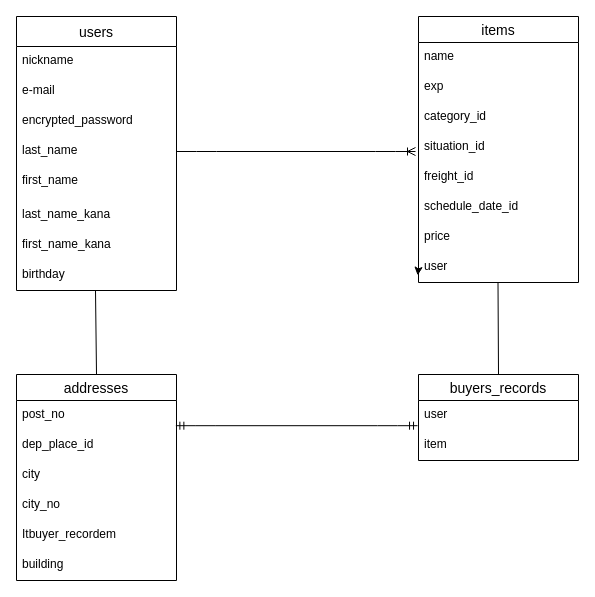
ohashiyukio/furima-41608 keeps this draw.io diagram as app/.dio. Above is the earlier version. Source tidied: cells renumbered, new cells numbered last; positions are measured from the earlier drawing's top-left corner, leaving out a move shared by most shapes. Both pictures are drawn from the tidied source at 100%, with x=0, y=0 at pixel (16, 16).
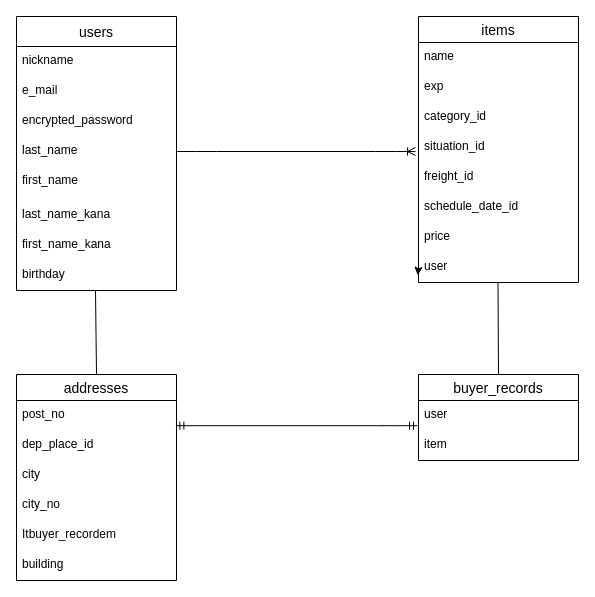
The same page after the edit.

The change refers to these unchanged cells:
```xml
<mxCell id="3" value="users" style="swimlane;fontStyle=0;horizontal=1;startSize=30;align=center;fontSize=14;" parent="1" vertex="1">
  <mxGeometry width="160" height="274" as="geometry" />
</mxCell>
```

What changed in the source:
```diff
@@
-    <mxCell id="5" value="e-mail" style="text;strokeColor=none;fillColor=none;spacingLeft=4;spacingRight=4;overflow=hidden;fontSize=12;" parent="3" vertex="1">
+    <mxCell id="5" value="e_mail" style="text;strokeColor=none;fillColor=none;spacingLeft=4;spacingRight=4;overflow=hidden;fontSize=12;" parent="3" vertex="1">
       <mxGeometry y="60" width="160" height="30" as="geometry" />
     </mxCell>
@@
-    <mxCell id="29" value="buyers_records" style="swimlane;fontStyle=0;horizontal=1;startSize=26;align=center;fontSize=14;" parent="1" vertex="1">
+    <mxCell id="29" value="buyer_records" style="swimlane;fontStyle=0;horizontal=1;startSize=26;align=center;fontSize=14;" parent="1" vertex="1">
       <mxGeometry x="402" y="358" width="160" height="86" as="geometry" />
     </mxCell>
```
